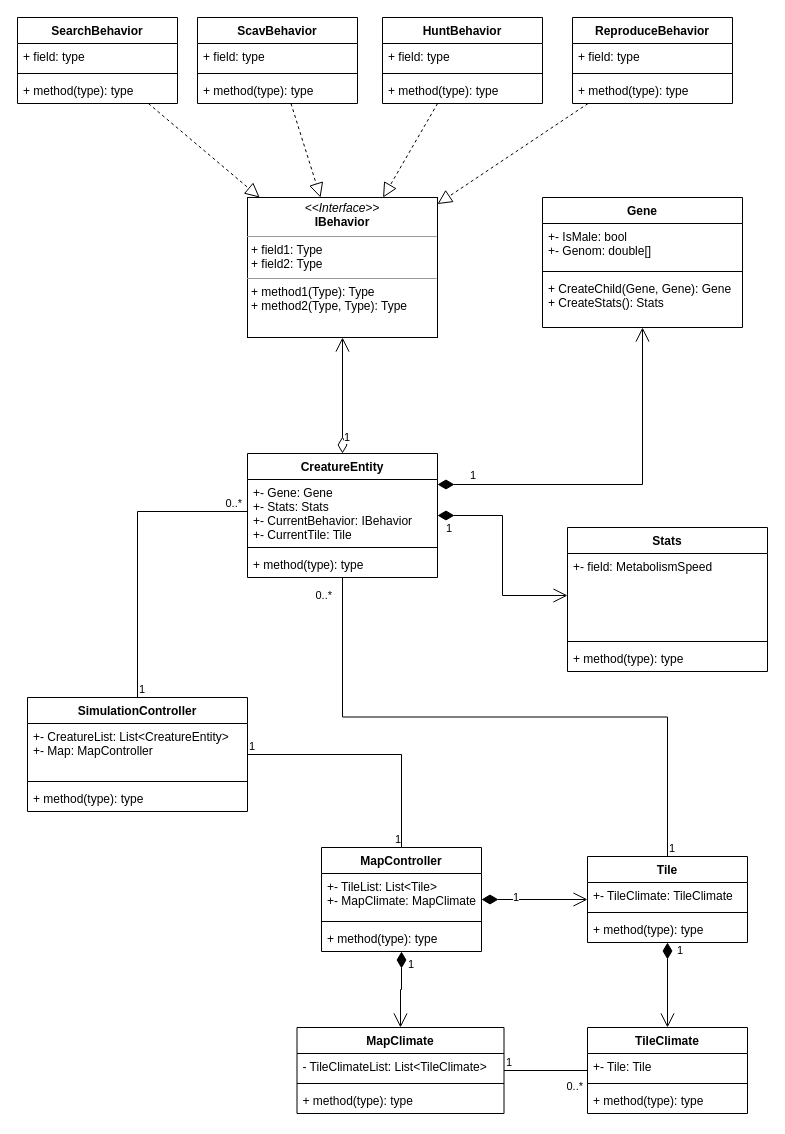
This is Planning/UML/uml-decomp.drawio from Stellarthoughts/Hexalife2D, a draw.io file, before an edit. Source tidied: cells renumbered, new cells numbered last; positions are measured from the earlier drawing's top-left corner, leaving out a move shared by most shapes. Both pictures are drawn from the tidied source at 100%, with x=0, y=0 at pixel (17, 17).
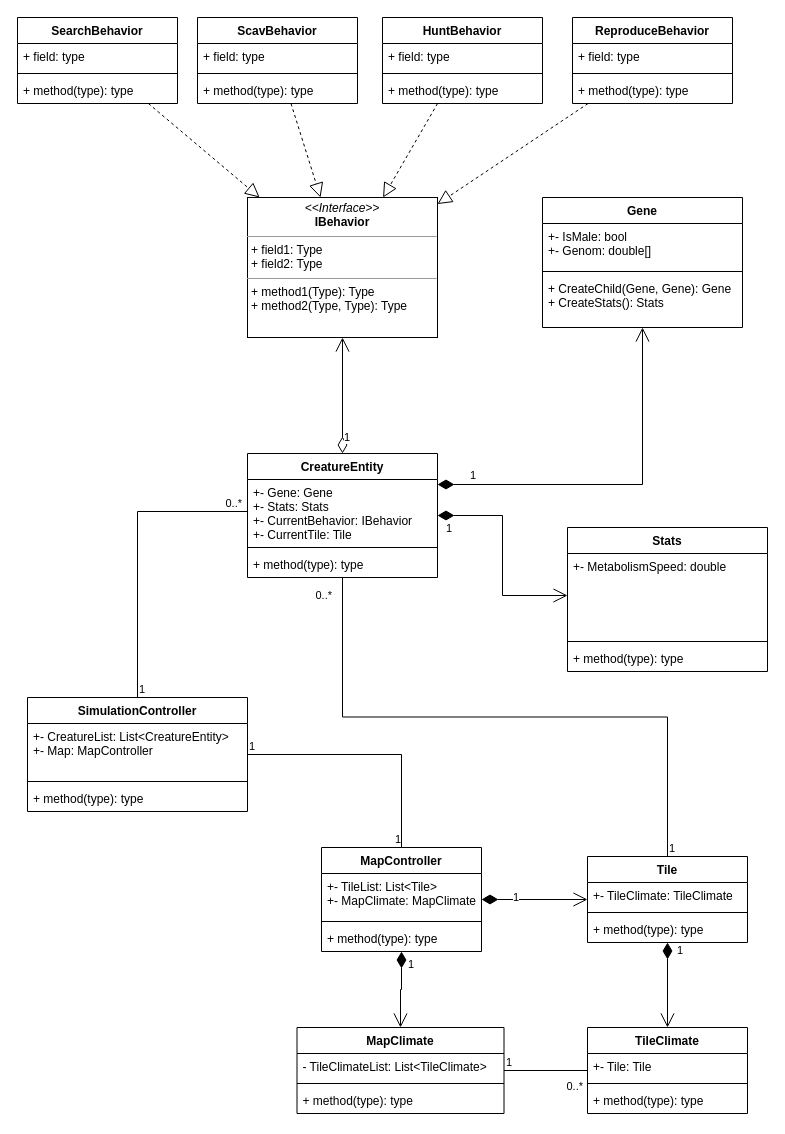
The same diagram, later.

The change refers to these unchanged cells:
```xml
<mxCell id="6" value="Stats" style="swimlane;fontStyle=1;align=center;verticalAlign=top;horizontal=1;startSize=26;" parent="1" vertex="1">
  <mxGeometry x="550" y="510" width="200" height="144" as="geometry" />
</mxCell>
```

Change to the diagram source:
```diff
@@
-    <mxCell id="7" value="+- field: MetabolismSpeed&#10;" style="text;strokeColor=none;fillColor=none;align=left;verticalAlign=top;spacingLeft=4;spacingRight=4;overflow=hidden;points=[[0,0.5],[1,0.5]];portConstraint=eastwest;" parent="6" vertex="1">
+    <mxCell id="7" value="+- MetabolismSpeed: double " style="text;strokeColor=none;fillColor=none;align=left;verticalAlign=top;spacingLeft=4;spacingRight=4;overflow=hidden;points=[[0,0.5],[1,0.5]];portConstraint=eastwest;" parent="6" vertex="1">
       <mxGeometry y="26" width="200" height="84" as="geometry" />
     </mxCell>
```
